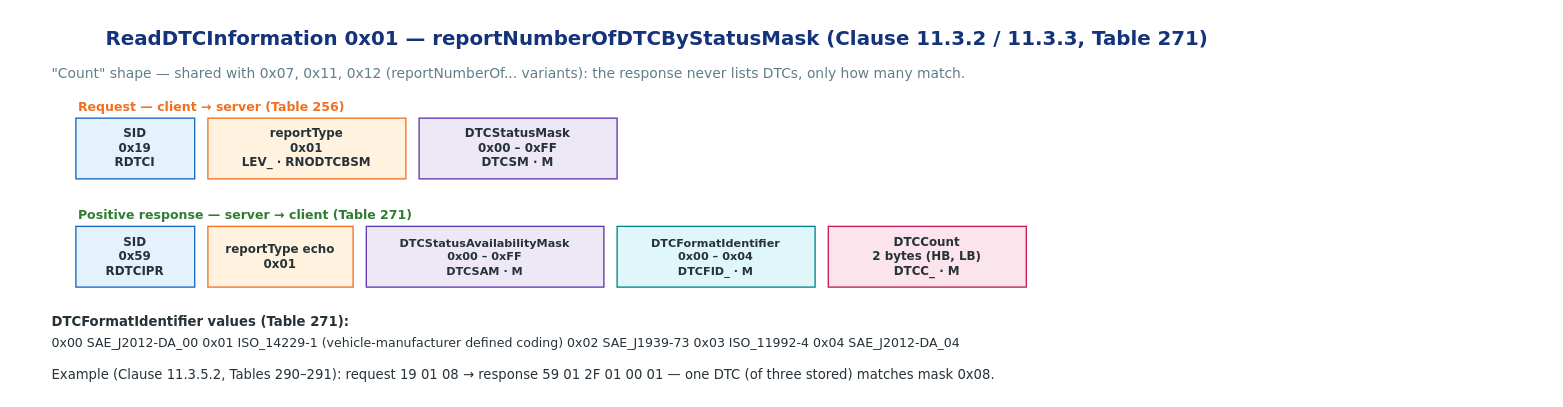
Above: doc/Standards/ISO14229-uds/asset/uds-rdtci-count-structure.drawio in mnpham2101/AutomotiveNotes (draw.io), before the change. Source tidied: cells renumbered, new cells numbered last; positions are measured from the earlier drawing's top-left corner, leaving out a move shared by most shapes. Both pictures are drawn from the tidied source at 132%, with x=0, y=0 at pixel (22, 22).
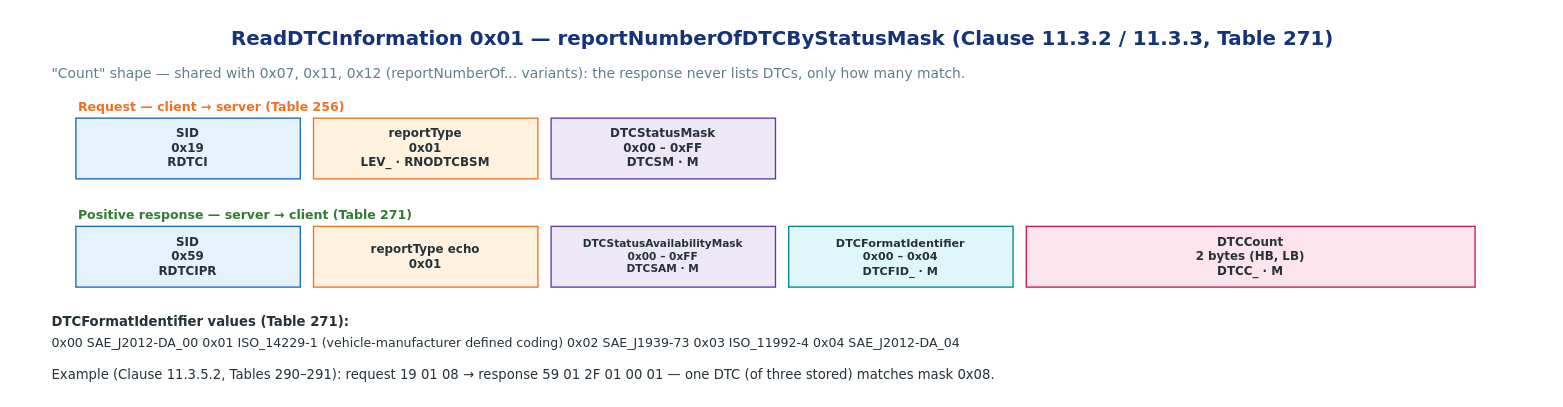
After the change.

Commit message (it also covers changes not shown here):
Add DTCStatusAvailabilityMask and Snapshot vocabulary slides; fix count-structure byte proportions

What changed in the source:
```diff
@@
 <mxGraphModel>
   <root>
     <mxCell id="0" />
     <mxCell id="1" parent="0" />
     <mxCell id="2" value="ReadDTCInformation 0x01 — reportNumberOfDTCByStatusMask (Clause 11.3.2 / 11.3.3, Table 271)" style="text;html=1;align=center;verticalAlign=middle;fontSize=15;fontColor=#14337a;fontFamily=DejaVu Sans;fontStyle=1;" parent="1" vertex="1">
-      <mxGeometry width="960" height="22" as="geometry" />
+      <mxGeometry width="1150" height="22" as="geometry" />
     </mxCell>
     <mxCell id="3" value="&quot;Count&quot; shape — shared with 0x07, 0x11, 0x12 (reportNumberOf... variants): the response never lists DTCs, only how many match." style="text;html=1;align=left;verticalAlign=middle;fontSize=10.5;fontColor=#607d8b;fontFamily=DejaVu Sans;" parent="1" vertex="1">
-      <mxGeometry x="20" y="30" width="920" height="16" as="geometry" />
+      <mxGeometry x="20" y="30" width="1110" height="16" as="geometry" />
     </mxCell>
     <mxCell id="4" value="Request — client → server (Table 256)" style="text;html=1;align=left;verticalAlign=middle;fontSize=9.5;fontColor=#f26f21;fontFamily=DejaVu Sans;fontStyle=1;" parent="1" vertex="1">
       <mxGeometry x="40" y="56" width="540" height="14" as="geometry" />
     </mxCell>
     <mxCell id="5" value="SID&#10;0x19&#10;RDTCI" style="rounded=0;whiteSpace=wrap;html=1;fillColor=#e3f2fd;strokeColor=#1565c0;fontSize=9;align=center;verticalAlign=middle;fontColor=#263238;fontFamily=DejaVu Sans;fontStyle=1;" parent="1" vertex="1">
-      <mxGeometry x="40" y="72" width="90" height="46" as="geometry" />
+      <mxGeometry x="40" y="72" width="170" height="46" as="geometry" />
     </mxCell>
     <mxCell id="6" value="reportType&#10;0x01&#10;LEV_ · RNODTCBSM" style="rounded=0;whiteSpace=wrap;html=1;fillColor=#fff3e0;strokeColor=#f26f21;fontSize=9;align=center;verticalAlign=middle;fontColor=#263238;fontFamily=DejaVu Sans;fontStyle=1;" parent="1" vertex="1">
-      <mxGeometry x="140" y="72" width="150" height="46" as="geometry" />
+      <mxGeometry x="220" y="72" width="170" height="46" as="geometry" />
     </mxCell>
     <mxCell id="7" value="DTCStatusMask&#10;0x00 – 0xFF&#10;DTCSM · M" style="rounded=0;whiteSpace=wrap;html=1;fillColor=#ede7f6;strokeColor=#5e35b1;fontSize=9;align=center;verticalAlign=middle;fontColor=#263238;fontFamily=DejaVu Sans;fontStyle=1;" parent="1" vertex="1">
-      <mxGeometry x="300" y="72" width="150" height="46" as="geometry" />
+      <mxGeometry x="400" y="72" width="170" height="46" as="geometry" />
     </mxCell>
     <mxCell id="8" value="Positive response — server → client (Table 271)" style="text;html=1;align=left;verticalAlign=middle;fontSize=9.5;fontColor=#2e7d32;fontFamily=DejaVu Sans;fontStyle=1;" parent="1" vertex="1">
       <mxGeometry x="40" y="138" width="540" height="14" as="geometry" />
     </mxCell>
     <mxCell id="9" value="SID&#10;0x59&#10;RDTCIPR" style="rounded=0;whiteSpace=wrap;html=1;fillColor=#e3f2fd;strokeColor=#1565c0;fontSize=9;align=center;verticalAlign=middle;fontColor=#263238;fontFamily=DejaVu Sans;fontStyle=1;" parent="1" vertex="1">
-      <mxGeometry x="40" y="154" width="90" height="46" as="geometry" />
+      <mxGeometry x="40" y="154" width="170" height="46" as="geometry" />
     </mxCell>
     <mxCell id="10" value="reportType echo&#10;0x01" style="rounded=0;whiteSpace=wrap;html=1;fillColor=#fff3e0;strokeColor=#f26f21;fontSize=9;align=center;verticalAlign=middle;fontColor=#263238;fontFamily=DejaVu Sans;fontStyle=1;" parent="1" vertex="1">
-      <mxGeometry x="140" y="154" width="110" height="46" as="geometry" />
+      <mxGeometry x="220" y="154" width="170" height="46" as="geometry" />
     </mxCell>
-    <mxCell id="11" value="DTCStatusAvailabilityMask&#10;0x00 – 0xFF&#10;DTCSAM · M" style="rounded=0;whiteSpace=wrap;html=1;fillColor=#ede7f6;strokeColor=#5e35b1;fontSize=8.5;align=center;verticalAlign=middle;fontColor=#263238;fontFamily=DejaVu Sans;fontStyle=1;" parent="1" vertex="1">
-      <mxGeometry x="260" y="154" width="180" height="46" as="geometry" />
+    <mxCell id="11" value="DTCStatusAvailabilityMask&#10;0x00 – 0xFF&#10;DTCSAM · M" style="rounded=0;whiteSpace=wrap;html=1;fillColor=#ede7f6;strokeColor=#5e35b1;fontSize=8;align=center;verticalAlign=middle;fontColor=#263238;fontFamily=DejaVu Sans;fontStyle=1;" parent="1" vertex="1">
+      <mxGeometry x="400" y="154" width="170" height="46" as="geometry" />
     </mxCell>
     <mxCell id="12" value="DTCFormatIdentifier&#10;0x00 – 0x04&#10;DTCFID_ · M" style="rounded=0;whiteSpace=wrap;html=1;fillColor=#e0f7fa;strokeColor=#00838f;fontSize=8.5;align=center;verticalAlign=middle;fontColor=#263238;fontFamily=DejaVu Sans;fontStyle=1;" parent="1" vertex="1">
-      <mxGeometry x="450" y="154" width="150" height="46" as="geometry" />
+      <mxGeometry x="580" y="154" width="170" height="46" as="geometry" />
     </mxCell>
     <mxCell id="13" value="DTCCount&#10;2 bytes (HB, LB)&#10;DTCC_ · M" style="rounded=0;whiteSpace=wrap;html=1;fillColor=#fce4ec;strokeColor=#c2185b;fontSize=9;align=center;verticalAlign=middle;fontColor=#263238;fontFamily=DejaVu Sans;fontStyle=1;" parent="1" vertex="1">
-      <mxGeometry x="610" y="154" width="150" height="46" as="geometry" />
+      <mxGeometry x="760" y="154" width="340" height="46" as="geometry" />
     </mxCell>
     <mxCell id="14" value="DTCFormatIdentifier values (Table 271):" style="text;html=1;align=left;verticalAlign=middle;fontSize=10;fontColor=#263238;fontFamily=DejaVu Sans;fontStyle=1;" parent="1" vertex="1">
       <mxGeometry x="20" y="218" width="400" height="16" as="geometry" />
     </mxCell>
     <mxCell id="15" value="0x00 SAE_J2012-DA_00   0x01 ISO_14229-1 (vehicle-manufacturer defined coding)   0x02 SAE_J1939-73   0x03 ISO_11992-4   0x04 SAE_J2012-DA_04" style="text;html=1;align=left;verticalAlign=middle;fontSize=9.5;fontColor=#263238;fontFamily=DejaVu Sans;" parent="1" vertex="1">
-      <mxGeometry x="20" y="234" width="920" height="16" as="geometry" />
+      <mxGeometry x="20" y="234" width="1110" height="16" as="geometry" />
     </mxCell>
     <mxCell id="16" value="Example (Clause 11.3.5.2, Tables 290–291): request 19 01 08 → response 59 01 2F 01 00 01 — one DTC (of three stored) matches mask 0x08." style="text;html=1;align=left;verticalAlign=middle;fontSize=10;fontColor=#263238;fontFamily=DejaVu Sans;" parent="1" vertex="1">
-      <mxGeometry x="20" y="258" width="920" height="16" as="geometry" />
+      <mxGeometry x="20" y="258" width="1110" height="16" as="geometry" />
     </mxCell>
   </root>
 </mxGraphModel>
```
